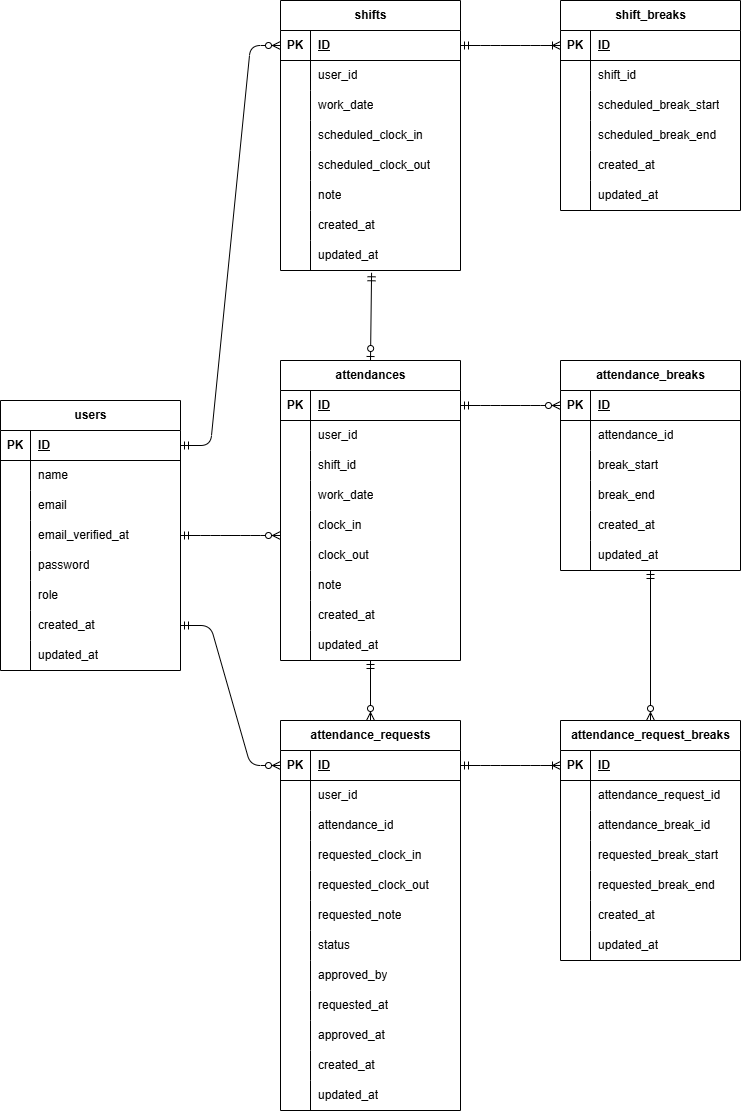
The draw.io diagram attendance-management-app.drawio.png in ikemi-yuki/attendance-management-app, before a commit. Source tidied: cells renumbered, new cells last; positions are measured from the earlier drawing's top-left corner, leaving out a move shared by most shapes.
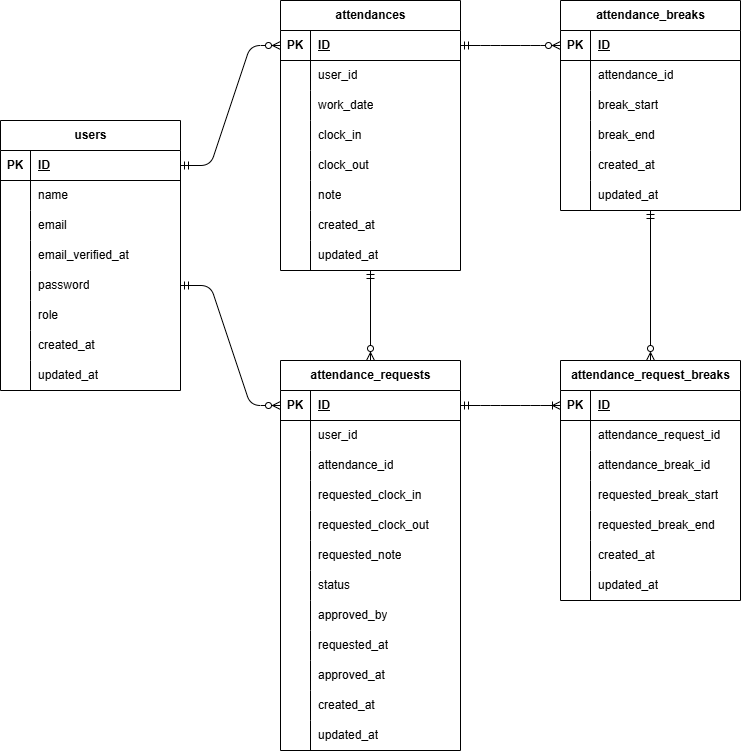
Later version of the same file.

Commit message:
ER図、マイグレーションファイル、モデル修正

Change to the diagram source:
```diff
@@ -3,7 +3,7 @@
     <mxCell id="0" />
     <mxCell id="1" parent="0" />
     <mxCell id="2" value="users" style="shape=table;startSize=30;rowLines=0;fontStyle=1;align=center;html=1;" parent="1" vertex="1">
-      <mxGeometry y="400" width="180" height="270" as="geometry" />
+      <mxGeometry y="480" width="180" height="270" as="geometry" />
     </mxCell>
     <mxCell id="3" style="shape=tableRow;horizontal=0;startSize=0;swimlaneHead=0;swimlaneBody=0;fillColor=none;points=[[0,0.5],[1,0.5]];portConstraint=eastwest;top=0;left=0;right=0;bottom=1;" parent="2" vertex="1">
       <mxGeometry y="30" width="180" height="30" as="geometry" />
@@ -78,7 +78,7 @@
       <mxGeometry x="30" width="150" height="30" as="geometry" />
     </mxCell>
     <mxCell id="27" value="attendances" style="shape=table;startSize=30;rowLines=0;fontStyle=1;align=center;html=1;" parent="1" vertex="1">
-      <mxGeometry x="280" y="360" width="180" height="300" as="geometry" />
+      <mxGeometry x="280" y="360" width="180" height="270" as="geometry" />
     </mxCell>
     <mxCell id="28" style="shape=tableRow;horizontal=0;startSize=0;swimlaneHead=0;swimlaneBody=0;fillColor=none;points=[[0,0.5],[1,0.5]];portConstraint=eastwest;top=0;left=0;right=0;bottom=1;" parent="27" vertex="1">
       <mxGeometry y="30" width="180" height="30" as="geometry" />
@@ -98,17 +98,8 @@
     <mxCell id="33" value="user_id" style="shape=partialRectangle;fillColor=none;top=0;left=0;bottom=0;right=0;align=left;spacingLeft=6;overflow=hidden;whiteSpace=wrap;html=1;" parent="31" vertex="1">
       <mxGeometry x="30" width="150" height="30" as="geometry" />
     </mxCell>
-    <mxCell id="34" style="shape=tableRow;horizontal=0;startSize=0;swimlaneHead=0;swimlaneBody=0;fillColor=none;top=0;left=0;right=0;bottom=0;" parent="27" vertex="1">
-      <mxGeometry y="90" width="180" height="30" as="geometry" />
-    </mxCell>
-    <mxCell id="35" style="shape=partialRectangle;fillColor=none;top=0;left=0;bottom=0;right=0;overflow=hidden;whiteSpace=wrap;html=1;" parent="34" vertex="1">
-      <mxGeometry width="30" height="30" as="geometry" />
-    </mxCell>
-    <mxCell id="36" value="shift_id" style="shape=partialRectangle;fillColor=none;top=0;left=0;bottom=0;right=0;align=left;spacingLeft=6;overflow=hidden;whiteSpace=wrap;html=1;" parent="34" vertex="1">
-      <mxGeometry x="30" width="150" height="30" as="geometry" />
-    </mxCell>
     <mxCell id="37" style="shape=tableRow;horizontal=0;startSize=0;swimlaneHead=0;swimlaneBody=0;fillColor=none;top=0;left=0;right=0;bottom=0;" parent="27" vertex="1">
-      <mxGeometry y="120" width="180" height="30" as="geometry" />
+      <mxGeometry y="90" width="180" height="30" as="geometry" />
     </mxCell>
     <mxCell id="38" style="shape=partialRectangle;fillColor=none;top=0;left=0;bottom=0;right=0;overflow=hidden;whiteSpace=wrap;html=1;" parent="37" vertex="1">
       <mxGeometry width="30" height="30" as="geometry" />
@@ -117,7 +108,7 @@
       <mxGeometry x="30" width="150" height="30" as="geometry" />
     </mxCell>
     <mxCell id="40" style="shape=tableRow;horizontal=0;startSize=0;swimlaneHead=0;swimlaneBody=0;fillColor=none;top=0;left=0;right=0;bottom=0;" parent="27" vertex="1">
-      <mxGeometry y="150" width="180" height="30" as="geometry" />
+      <mxGeometry y="120" width="180" height="30" as="geometry" />
     </mxCell>
     <mxCell id="41" style="shape=partialRectangle;fillColor=none;top=0;left=0;bottom=0;right=0;overflow=hidden;whiteSpace=wrap;html=1;" parent="40" vertex="1">
       <mxGeometry width="30" height="30" as="geometry" />
@@ -126,7 +117,7 @@
       <mxGeometry x="30" width="150" height="30" as="geometry" />
     </mxCell>
     <mxCell id="43" style="shape=tableRow;horizontal=0;startSize=0;swimlaneHead=0;swimlaneBody=0;fillColor=none;top=0;left=0;right=0;bottom=0;" parent="27" vertex="1">
-      <mxGeometry y="180" width="180" height="30" as="geometry" />
+      <mxGeometry y="150" width="180" height="30" as="geometry" />
     </mxCell>
     <mxCell id="44" style="shape=partialRectangle;fillColor=none;top=0;left=0;bottom=0;right=0;overflow=hidden;whiteSpace=wrap;html=1;" parent="43" vertex="1">
       <mxGeometry width="30" height="30" as="geometry" />
@@ -135,7 +126,7 @@
       <mxGeometry x="30" width="150" height="30" as="geometry" />
     </mxCell>
     <mxCell id="46" style="shape=tableRow;horizontal=0;startSize=0;swimlaneHead=0;swimlaneBody=0;fillColor=none;top=0;left=0;right=0;bottom=0;" parent="27" vertex="1">
-      <mxGeometry y="210" width="180" height="30" as="geometry" />
+      <mxGeometry y="180" width="180" height="30" as="geometry" />
     </mxCell>
     <mxCell id="47" style="shape=partialRectangle;fillColor=none;top=0;left=0;bottom=0;right=0;overflow=hidden;whiteSpace=wrap;html=1;" parent="46" vertex="1">
       <mxGeometry width="30" height="30" as="geometry" />
@@ -144,7 +135,7 @@
       <mxGeometry x="30" width="150" height="30" as="geometry" />
     </mxCell>
     <mxCell id="49" style="shape=tableRow;horizontal=0;startSize=0;swimlaneHead=0;swimlaneBody=0;fillColor=none;top=0;left=0;right=0;bottom=0;" parent="27" vertex="1">
-      <mxGeometry y="240" width="180" height="30" as="geometry" />
+      <mxGeometry y="210" width="180" height="30" as="geometry" />
     </mxCell>
     <mxCell id="50" style="shape=partialRectangle;fillColor=none;top=0;left=0;bottom=0;right=0;overflow=hidden;whiteSpace=wrap;html=1;" parent="49" vertex="1">
       <mxGeometry width="30" height="30" as="geometry" />
@@ -153,7 +144,7 @@
       <mxGeometry x="30" width="150" height="30" as="geometry" />
     </mxCell>
     <mxCell id="52" style="shape=tableRow;horizontal=0;startSize=0;swimlaneHead=0;swimlaneBody=0;fillColor=none;points=[[0,0.5],[1,0.5]];portConstraint=eastwest;top=0;left=0;right=0;bottom=0;" parent="27" vertex="1">
-      <mxGeometry y="270" width="180" height="30" as="geometry" />
+      <mxGeometry y="240" width="180" height="30" as="geometry" />
     </mxCell>
     <mxCell id="53" style="shape=partialRectangle;fillColor=none;top=0;left=0;bottom=0;right=0;overflow=hidden;whiteSpace=wrap;html=1;" parent="52" vertex="1">
       <mxGeometry width="30" height="30" as="geometry" />
@@ -395,17 +386,15 @@
     <mxCell id="132" value="updated_at" style="shape=partialRectangle;fillColor=none;top=0;left=0;bottom=0;right=0;align=left;spacingLeft=6;overflow=hidden;whiteSpace=wrap;html=1;" parent="130" vertex="1">
       <mxGeometry x="30" width="150" height="30" as="geometry" />
     </mxCell>
-    <mxCell id="133" style="edgeStyle=entityRelationEdgeStyle;fontSize=12;html=1;endArrow=ERzeroToMany;startArrow=ERmandOne;exitX=1;exitY=0.5;exitDx=0;exitDy=0;entryX=0;entryY=0.5;entryDx=0;entryDy=0;" parent="1" edge="1" source="21" target="75">
+    <mxCell id="133" style="edgeStyle=entityRelationEdgeStyle;fontSize=12;html=1;endArrow=ERzeroToMany;startArrow=ERmandOne;exitX=1;exitY=0.5;exitDx=0;exitDy=0;entryX=0;entryY=0.5;entryDx=0;entryDy=0;" parent="1" edge="1" source="15" target="75">
       <mxGeometry relative="1" as="geometry">
         <Array as="points">
           <mxPoint x="70" y="80" />
         </Array>
       </mxGeometry>
     </mxCell>
-    <mxCell id="134" style="edgeStyle=entityRelationEdgeStyle;fontSize=12;html=1;endArrow=ERzeroToMany;startArrow=ERmandOne;exitX=1;exitY=0.5;exitDx=0;exitDy=0;" parent="1" edge="1" source="12">
-      <mxGeometry relative="1" as="geometry">
-        <mxPoint x="280" y="535" as="targetPoint" />
-      </mxGeometry>
+    <mxCell id="134" style="edgeStyle=entityRelationEdgeStyle;fontSize=12;html=1;endArrow=ERzeroToMany;startArrow=ERmandOne;exitX=1;exitY=0.5;exitDx=0;exitDy=0;entryX=0;entryY=0.5;entryDx=0;entryDy=0;" parent="1" edge="1" source="3" target="28">
+      <mxGeometry relative="1" as="geometry" />
     </mxCell>
     <mxCell id="135" style="fontSize=12;html=1;endArrow=ERzeroToMany;startArrow=ERmandOne;entryX=0.5;entryY=0;entryDx=0;entryDy=0;" parent="1" edge="1" source="52" target="74">
       <mxGeometry relative="1" as="geometry" />
@@ -416,147 +405,6 @@
     <mxCell id="137" style="edgeStyle=entityRelationEdgeStyle;fontSize=12;html=1;endArrow=ERoneToMany;startArrow=ERmandOne;exitX=1;exitY=0.5;exitDx=0;exitDy=0;entryX=0;entryY=0.5;entryDx=0;entryDy=0;" parent="1" edge="1" source="75" target="112">
       <mxGeometry relative="1" as="geometry" />
     </mxCell>
-    <mxCell id="138" value="shifts" style="shape=table;startSize=30;rowLines=0;fontStyle=1;align=center;html=1;" parent="1" vertex="1">
-      <mxGeometry x="280" width="180" height="270" as="geometry" />
-    </mxCell>
-    <mxCell id="139" style="shape=tableRow;horizontal=0;startSize=0;swimlaneHead=0;swimlaneBody=0;fillColor=none;points=[[0,0.5],[1,0.5]];portConstraint=eastwest;top=0;left=0;right=0;bottom=1;" parent="138" vertex="1">
-      <mxGeometry y="30" width="180" height="30" as="geometry" />
-    </mxCell>
-    <mxCell id="140" value="PK" style="shape=partialRectangle;fillColor=none;top=0;left=0;bottom=0;right=0;fontStyle=1;overflow=hidden;whiteSpace=wrap;html=1;" parent="139" vertex="1">
-      <mxGeometry width="30" height="30" as="geometry" />
-    </mxCell>
-    <mxCell id="141" value="ID" style="shape=partialRectangle;fillColor=none;top=0;left=0;bottom=0;right=0;align=left;spacingLeft=6;fontStyle=5;overflow=hidden;whiteSpace=wrap;html=1;" parent="139" vertex="1">
-      <mxGeometry x="30" width="150" height="30" as="geometry" />
-    </mxCell>
-    <mxCell id="142" style="shape=tableRow;horizontal=0;startSize=0;swimlaneHead=0;swimlaneBody=0;fillColor=none;top=0;left=0;right=0;bottom=0;" parent="138" vertex="1">
-      <mxGeometry y="60" width="180" height="30" as="geometry" />
-    </mxCell>
-    <mxCell id="143" style="shape=partialRectangle;fillColor=none;top=0;left=0;bottom=0;right=0;overflow=hidden;whiteSpace=wrap;html=1;" parent="142" vertex="1">
-      <mxGeometry width="30" height="30" as="geometry" />
-    </mxCell>
-    <mxCell id="144" value="user_id" style="shape=partialRectangle;fillColor=none;top=0;left=0;bottom=0;right=0;align=left;spacingLeft=6;overflow=hidden;whiteSpace=wrap;html=1;" parent="142" vertex="1">
-      <mxGeometry x="30" width="150" height="30" as="geometry" />
-    </mxCell>
-    <mxCell id="145" style="shape=tableRow;horizontal=0;startSize=0;swimlaneHead=0;swimlaneBody=0;fillColor=none;top=0;left=0;right=0;bottom=0;" parent="138" vertex="1">
-      <mxGeometry y="90" width="180" height="30" as="geometry" />
-    </mxCell>
-    <mxCell id="146" style="shape=partialRectangle;fillColor=none;top=0;left=0;bottom=0;right=0;overflow=hidden;whiteSpace=wrap;html=1;" parent="145" vertex="1">
-      <mxGeometry width="30" height="30" as="geometry" />
-    </mxCell>
-    <mxCell id="147" value="work_date" style="shape=partialRectangle;fillColor=none;top=0;left=0;bottom=0;right=0;align=left;spacingLeft=6;overflow=hidden;whiteSpace=wrap;html=1;" parent="145" vertex="1">
-      <mxGeometry x="30" width="150" height="30" as="geometry" />
-    </mxCell>
-    <mxCell id="148" style="shape=tableRow;horizontal=0;startSize=0;swimlaneHead=0;swimlaneBody=0;fillColor=none;top=0;left=0;right=0;bottom=0;" parent="138" vertex="1">
-      <mxGeometry y="120" width="180" height="30" as="geometry" />
-    </mxCell>
-    <mxCell id="149" style="shape=partialRectangle;fillColor=none;top=0;left=0;bottom=0;right=0;overflow=hidden;whiteSpace=wrap;html=1;" parent="148" vertex="1">
-      <mxGeometry width="30" height="30" as="geometry" />
-    </mxCell>
-    <mxCell id="150" value="scheduled_clock_in" style="shape=partialRectangle;fillColor=none;top=0;left=0;bottom=0;right=0;align=left;spacingLeft=6;overflow=hidden;whiteSpace=wrap;html=1;" parent="148" vertex="1">
-      <mxGeometry x="30" width="150" height="30" as="geometry" />
-    </mxCell>
-    <mxCell id="151" style="shape=tableRow;horizontal=0;startSize=0;swimlaneHead=0;swimlaneBody=0;fillColor=none;top=0;left=0;right=0;bottom=0;" parent="138" vertex="1">
-      <mxGeometry y="150" width="180" height="30" as="geometry" />
-    </mxCell>
-    <mxCell id="152" style="shape=partialRectangle;fillColor=none;top=0;left=0;bottom=0;right=0;overflow=hidden;whiteSpace=wrap;html=1;" parent="151" vertex="1">
-      <mxGeometry width="30" height="30" as="geometry" />
-    </mxCell>
-    <mxCell id="153" value="&lt;span style=&quot;color: rgb(0, 0, 0);&quot;&gt;scheduled_clock_out&lt;/span&gt;" style="shape=partialRectangle;fillColor=none;top=0;left=0;bottom=0;right=0;align=left;spacingLeft=6;overflow=hidden;whiteSpace=wrap;html=1;" parent="151" vertex="1">
-      <mxGeometry x="30" width="150" height="30" as="geometry" />
-    </mxCell>
-    <mxCell id="154" style="shape=tableRow;horizontal=0;startSize=0;swimlaneHead=0;swimlaneBody=0;fillColor=none;top=0;left=0;right=0;bottom=0;" parent="138" vertex="1">
-      <mxGeometry y="180" width="180" height="30" as="geometry" />
-    </mxCell>
-    <mxCell id="155" style="shape=partialRectangle;fillColor=none;top=0;left=0;bottom=0;right=0;overflow=hidden;whiteSpace=wrap;html=1;" parent="154" vertex="1">
-      <mxGeometry width="30" height="30" as="geometry" />
-    </mxCell>
-    <mxCell id="156" value="note" style="shape=partialRectangle;fillColor=none;top=0;left=0;bottom=0;right=0;align=left;spacingLeft=6;overflow=hidden;whiteSpace=wrap;html=1;" parent="154" vertex="1">
-      <mxGeometry x="30" width="150" height="30" as="geometry" />
-    </mxCell>
-    <mxCell id="157" style="shape=tableRow;horizontal=0;startSize=0;swimlaneHead=0;swimlaneBody=0;fillColor=none;top=0;left=0;right=0;bottom=0;" parent="138" vertex="1">
-      <mxGeometry y="210" width="180" height="30" as="geometry" />
-    </mxCell>
-    <mxCell id="158" style="shape=partialRectangle;fillColor=none;top=0;left=0;bottom=0;right=0;overflow=hidden;whiteSpace=wrap;html=1;" parent="157" vertex="1">
-      <mxGeometry width="30" height="30" as="geometry" />
-    </mxCell>
-    <mxCell id="159" value="created_at" style="shape=partialRectangle;fillColor=none;top=0;left=0;bottom=0;right=0;align=left;spacingLeft=6;overflow=hidden;whiteSpace=wrap;html=1;" parent="157" vertex="1">
-      <mxGeometry x="30" width="150" height="30" as="geometry" />
-    </mxCell>
-    <mxCell id="160" style="shape=tableRow;horizontal=0;startSize=0;swimlaneHead=0;swimlaneBody=0;fillColor=none;points=[[0,0.5],[1,0.5]];portConstraint=eastwest;top=0;left=0;right=0;bottom=0;" parent="138" vertex="1">
-      <mxGeometry y="240" width="180" height="30" as="geometry" />
-    </mxCell>
-    <mxCell id="161" style="shape=partialRectangle;fillColor=none;top=0;left=0;bottom=0;right=0;overflow=hidden;whiteSpace=wrap;html=1;" parent="160" vertex="1">
-      <mxGeometry width="30" height="30" as="geometry" />
-    </mxCell>
-    <mxCell id="162" value="updated_at" style="shape=partialRectangle;fillColor=none;top=0;left=0;bottom=0;right=0;align=left;spacingLeft=6;overflow=hidden;whiteSpace=wrap;html=1;" parent="160" vertex="1">
-      <mxGeometry x="30" width="150" height="30" as="geometry" />
-    </mxCell>
-    <mxCell id="163" value="shift_breaks" style="shape=table;startSize=30;rowLines=0;fontStyle=1;align=center;html=1;" parent="1" vertex="1">
-      <mxGeometry x="560" width="180" height="210" as="geometry" />
-    </mxCell>
-    <mxCell id="164" style="shape=tableRow;horizontal=0;startSize=0;swimlaneHead=0;swimlaneBody=0;fillColor=none;points=[[0,0.5],[1,0.5]];portConstraint=eastwest;top=0;left=0;right=0;bottom=1;" parent="163" vertex="1">
-      <mxGeometry y="30" width="180" height="30" as="geometry" />
-    </mxCell>
-    <mxCell id="165" value="PK" style="shape=partialRectangle;fillColor=none;top=0;left=0;bottom=0;right=0;fontStyle=1;overflow=hidden;whiteSpace=wrap;html=1;" parent="164" vertex="1">
-      <mxGeometry width="30" height="30" as="geometry" />
-    </mxCell>
-    <mxCell id="166" value="ID" style="shape=partialRectangle;fillColor=none;top=0;left=0;bottom=0;right=0;align=left;spacingLeft=6;fontStyle=5;overflow=hidden;whiteSpace=wrap;html=1;" parent="164" vertex="1">
-      <mxGeometry x="30" width="150" height="30" as="geometry" />
-    </mxCell>
-    <mxCell id="167" style="shape=tableRow;horizontal=0;startSize=0;swimlaneHead=0;swimlaneBody=0;fillColor=none;top=0;left=0;right=0;bottom=0;" parent="163" vertex="1">
-      <mxGeometry y="60" width="180" height="30" as="geometry" />
-    </mxCell>
-    <mxCell id="168" style="shape=partialRectangle;fillColor=none;top=0;left=0;bottom=0;right=0;overflow=hidden;whiteSpace=wrap;html=1;" parent="167" vertex="1">
-      <mxGeometry width="30" height="30" as="geometry" />
-    </mxCell>
-    <mxCell id="169" value="shift_id" style="shape=partialRectangle;fillColor=none;top=0;left=0;bottom=0;right=0;align=left;spacingLeft=6;overflow=hidden;whiteSpace=wrap;html=1;" parent="167" vertex="1">
-      <mxGeometry x="30" width="150" height="30" as="geometry" />
-    </mxCell>
-    <mxCell id="170" style="shape=tableRow;horizontal=0;startSize=0;swimlaneHead=0;swimlaneBody=0;fillColor=none;top=0;left=0;right=0;bottom=0;" parent="163" vertex="1">
-      <mxGeometry y="90" width="180" height="30" as="geometry" />
-    </mxCell>
-    <mxCell id="171" style="shape=partialRectangle;fillColor=none;top=0;left=0;bottom=0;right=0;overflow=hidden;whiteSpace=wrap;html=1;" parent="170" vertex="1">
-      <mxGeometry width="30" height="30" as="geometry" />
-    </mxCell>
-    <mxCell id="172" value="&lt;span style=&quot;color: rgb(0, 0, 0);&quot;&gt;scheduled_break_start&lt;/span&gt;" style="shape=partialRectangle;fillColor=none;top=0;left=0;bottom=0;right=0;align=left;spacingLeft=6;overflow=hidden;whiteSpace=wrap;html=1;" parent="170" vertex="1">
-      <mxGeometry x="30" width="150" height="30" as="geometry" />
-    </mxCell>
-    <mxCell id="173" style="shape=tableRow;horizontal=0;startSize=0;swimlaneHead=0;swimlaneBody=0;fillColor=none;top=0;left=0;right=0;bottom=0;" parent="163" vertex="1">
-      <mxGeometry y="120" width="180" height="30" as="geometry" />
-    </mxCell>
-    <mxCell id="174" style="shape=partialRectangle;fillColor=none;top=0;left=0;bottom=0;right=0;overflow=hidden;whiteSpace=wrap;html=1;" parent="173" vertex="1">
-      <mxGeometry width="30" height="30" as="geometry" />
-    </mxCell>
-    <mxCell id="175" value="&lt;span style=&quot;color: rgb(0, 0, 0);&quot;&gt;scheduled_break_end&lt;/span&gt;" style="shape=partialRectangle;fillColor=none;top=0;left=0;bottom=0;right=0;align=left;spacingLeft=6;overflow=hidden;whiteSpace=wrap;html=1;" parent="173" vertex="1">
-      <mxGeometry x="30" width="150" height="30" as="geometry" />
-    </mxCell>
-    <mxCell id="176" style="shape=tableRow;horizontal=0;startSize=0;swimlaneHead=0;swimlaneBody=0;fillColor=none;top=0;left=0;right=0;bottom=0;" parent="163" vertex="1">
-      <mxGeometry y="150" width="180" height="30" as="geometry" />
-    </mxCell>
-    <mxCell id="177" style="shape=partialRectangle;fillColor=none;top=0;left=0;bottom=0;right=0;overflow=hidden;whiteSpace=wrap;html=1;" parent="176" vertex="1">
-      <mxGeometry width="30" height="30" as="geometry" />
-    </mxCell>
-    <mxCell id="178" value="created_at" style="shape=partialRectangle;fillColor=none;top=0;left=0;bottom=0;right=0;align=left;spacingLeft=6;overflow=hidden;whiteSpace=wrap;html=1;" parent="176" vertex="1">
-      <mxGeometry x="30" width="150" height="30" as="geometry" />
-    </mxCell>
-    <mxCell id="179" style="shape=tableRow;horizontal=0;startSize=0;swimlaneHead=0;swimlaneBody=0;fillColor=none;top=0;left=0;right=0;bottom=0;" parent="163" vertex="1">
-      <mxGeometry y="180" width="180" height="30" as="geometry" />
-    </mxCell>
-    <mxCell id="180" style="shape=partialRectangle;fillColor=none;top=0;left=0;bottom=0;right=0;overflow=hidden;whiteSpace=wrap;html=1;" parent="179" vertex="1">
-      <mxGeometry width="30" height="30" as="geometry" />
-    </mxCell>
-    <mxCell id="181" value="updated_at" style="shape=partialRectangle;fillColor=none;top=0;left=0;bottom=0;right=0;align=left;spacingLeft=6;overflow=hidden;whiteSpace=wrap;html=1;" parent="179" vertex="1">
-      <mxGeometry x="30" width="150" height="30" as="geometry" />
-    </mxCell>
-    <mxCell id="182" style="edgeStyle=entityRelationEdgeStyle;fontSize=12;html=1;endArrow=ERzeroToMany;startArrow=ERmandOne;exitX=1;exitY=0.5;exitDx=0;exitDy=0;entryX=0;entryY=0.5;entryDx=0;entryDy=0;" parent="1" edge="1" source="3" target="139">
-      <mxGeometry relative="1" as="geometry" />
-    </mxCell>
-    <mxCell id="183" style="edgeStyle=entityRelationEdgeStyle;fontSize=12;html=1;endArrow=ERoneToMany;startArrow=ERmandOne;exitX=1;exitY=0.5;exitDx=0;exitDy=0;entryX=0;entryY=0.5;entryDx=0;entryDy=0;" parent="1" edge="1" source="139" target="164">
-      <mxGeometry relative="1" as="geometry" />
-    </mxCell>
-    <mxCell id="184" style="fontSize=12;html=1;endArrow=ERzeroToOne;startArrow=ERmandOne;exitX=0.506;exitY=1.076;exitDx=0;exitDy=0;exitPerimeter=0;entryX=0.5;entryY=0;entryDx=0;entryDy=0;endFill=0;" parent="1" edge="1" source="160" target="27">
-      <mxGeometry relative="1" as="geometry" />
-    </mxCell>
     <mxCell id="185" style="fontSize=12;html=1;endArrow=ERzeroToMany;startArrow=ERmandOne;entryX=0.5;entryY=0;entryDx=0;entryDy=0;endFill=0;" parent="1" edge="1" target="111">
       <mxGeometry relative="1" as="geometry">
         <mxPoint x="650" y="570" as="sourcePoint" />
```
